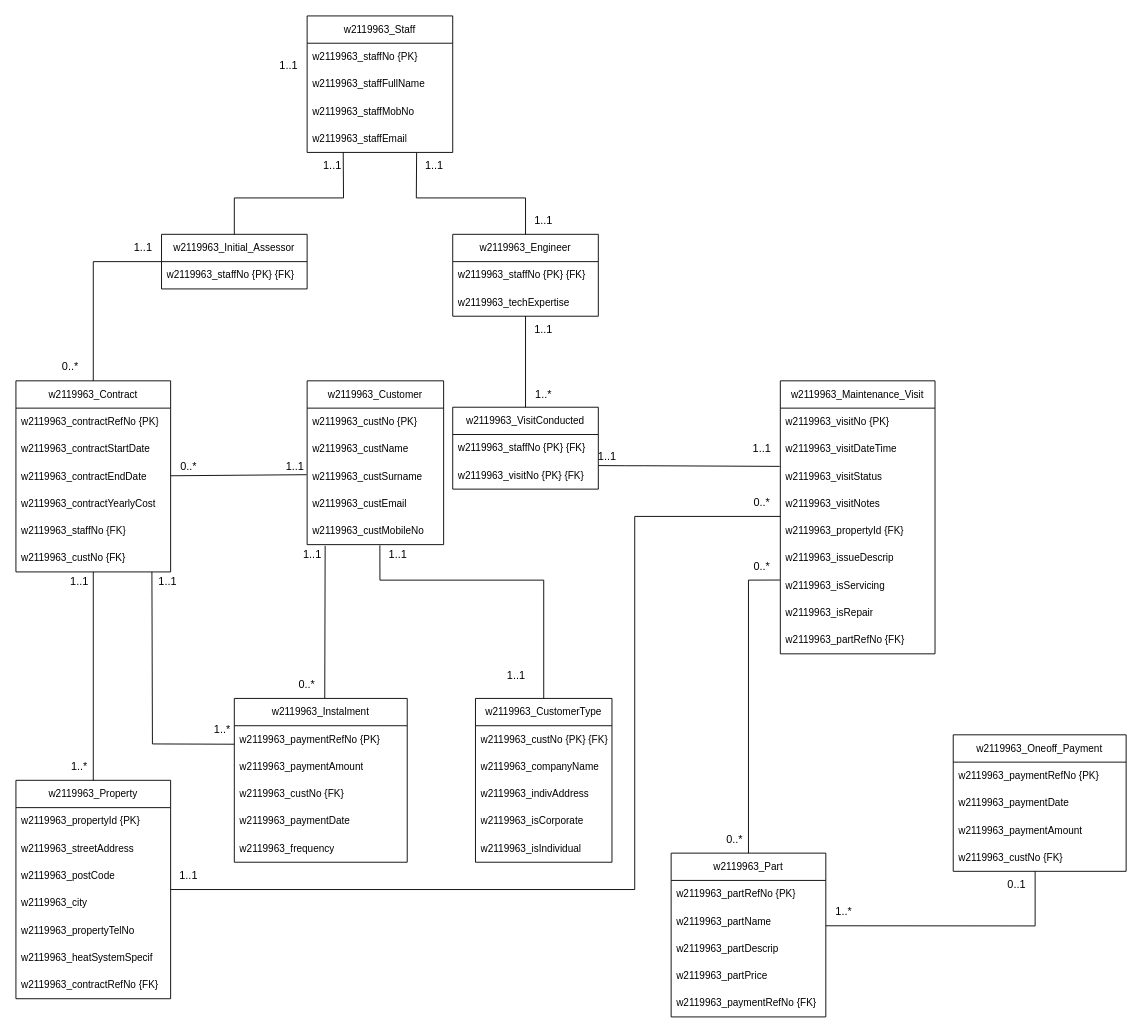
Above: page "diagram_layout" (2 of 2) of DB_CW_Part_B_Logical_EERD.drawio in Anuja-jayasinghe/DrawIo_Projects (draw.io), before the change. Source tidied: cells renumbered, new cells numbered last; positions are measured from the earlier drawing's top-left corner, leaving out a move shared by most shapes. Both pictures are drawn from the tidied source at 91%, with x=0, y=0 at pixel (15, 15).
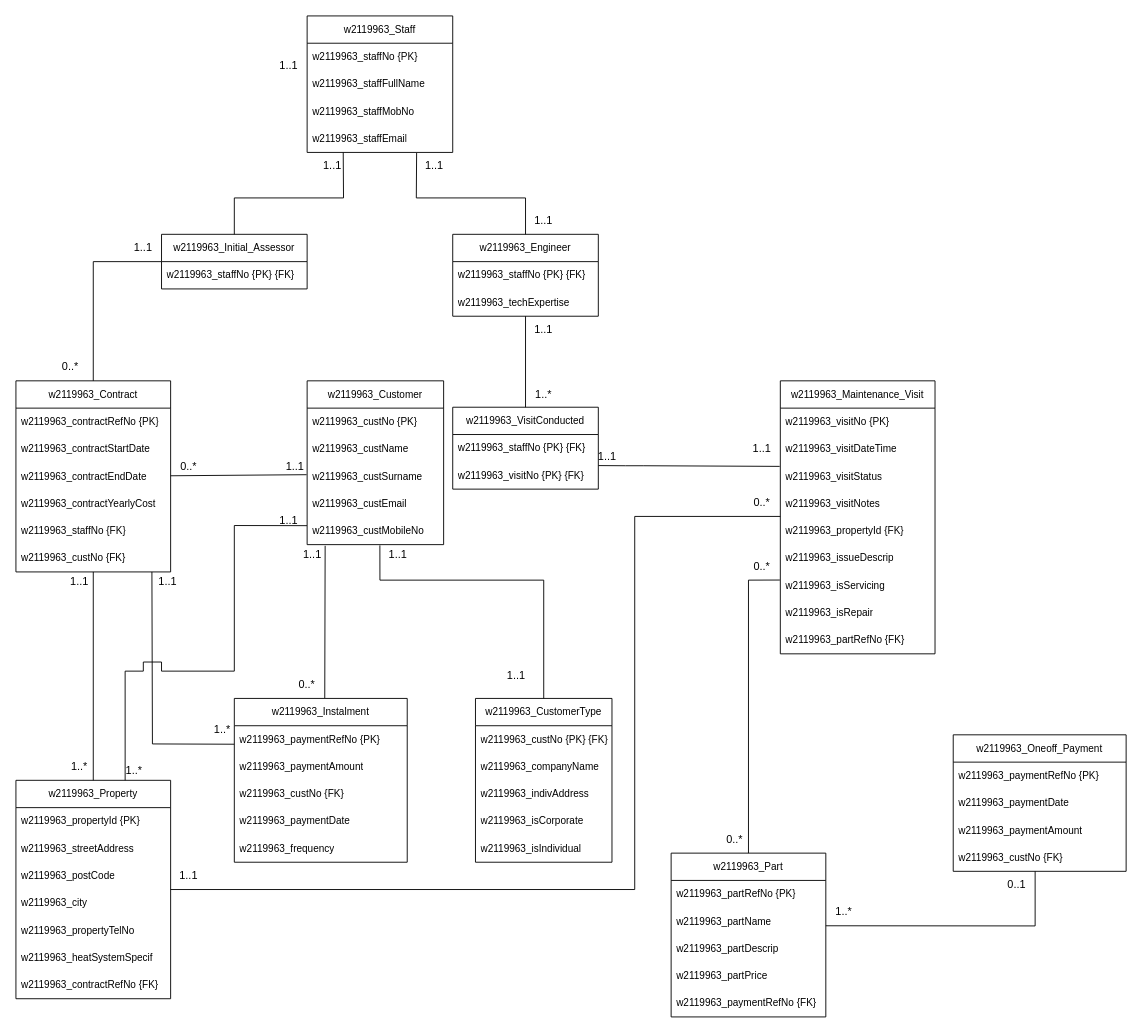
After the change.

Unchanged cells that the change refers to:
```xml
<mxCell id="17" value="&lt;span style=&quot;text-align: center;&quot;&gt;w2119963_custMobileNo&lt;/span&gt;" style="text;strokeColor=none;fillColor=none;align=left;verticalAlign=middle;spacingLeft=4;spacingRight=4;overflow=hidden;points=[[0,0.5],[1,0.5]];portConstraint=eastwest;whiteSpace=wrap;html=1;fontSize=11;" parent="12" vertex="1">
  <mxGeometry y="150" width="150" height="30" as="geometry" />
</mxCell>
<mxCell id="31" value="w2119963_Property" style="swimlane;fontStyle=0;horizontal=1;startSize=30;whiteSpace=wrap;html=1;fontSize=11;" parent="1" vertex="1">
  <mxGeometry y="840" width="170" height="240" as="geometry" />
</mxCell>
```

Change to the diagram source:
```diff
@@
+    <mxCell id="108" style="endArrow=none;html=1;rounded=0;exitX=0.706;exitY=0;exitDx=0;exitDy=0;exitPerimeter=0;entryX=-0.001;entryY=0.305;entryDx=0;entryDy=0;entryPerimeter=0;" parent="1" edge="1" source="31" target="17">
+      <mxGeometry relative="1" as="geometry">
+        <Array as="points">
+          <mxPoint x="120" y="720" />
+          <mxPoint x="140" y="720" />
+          <mxPoint x="140" y="710" />
+          <mxPoint x="160" y="710" />
+          <mxPoint x="160" y="720" />
+          <mxPoint x="240" y="720" />
+          <mxPoint x="240" y="560" />
+        </Array>
+      </mxGeometry>
+    </mxCell>
+    <mxCell id="109" value="1..*" style="text;html=1;whiteSpace=wrap;strokeColor=none;fillColor=none;align=center;verticalAlign=middle;rounded=0;" parent="1" vertex="1">
+      <mxGeometry x="100" y="814" width="60" height="30" as="geometry" />
+    </mxCell>
+    <mxCell id="110" value="1..1" style="text;html=1;whiteSpace=wrap;strokeColor=none;fillColor=none;align=center;verticalAlign=middle;rounded=0;" parent="1" vertex="1">
+      <mxGeometry x="270" y="540" width="60" height="30" as="geometry" />
+    </mxCell>
```
